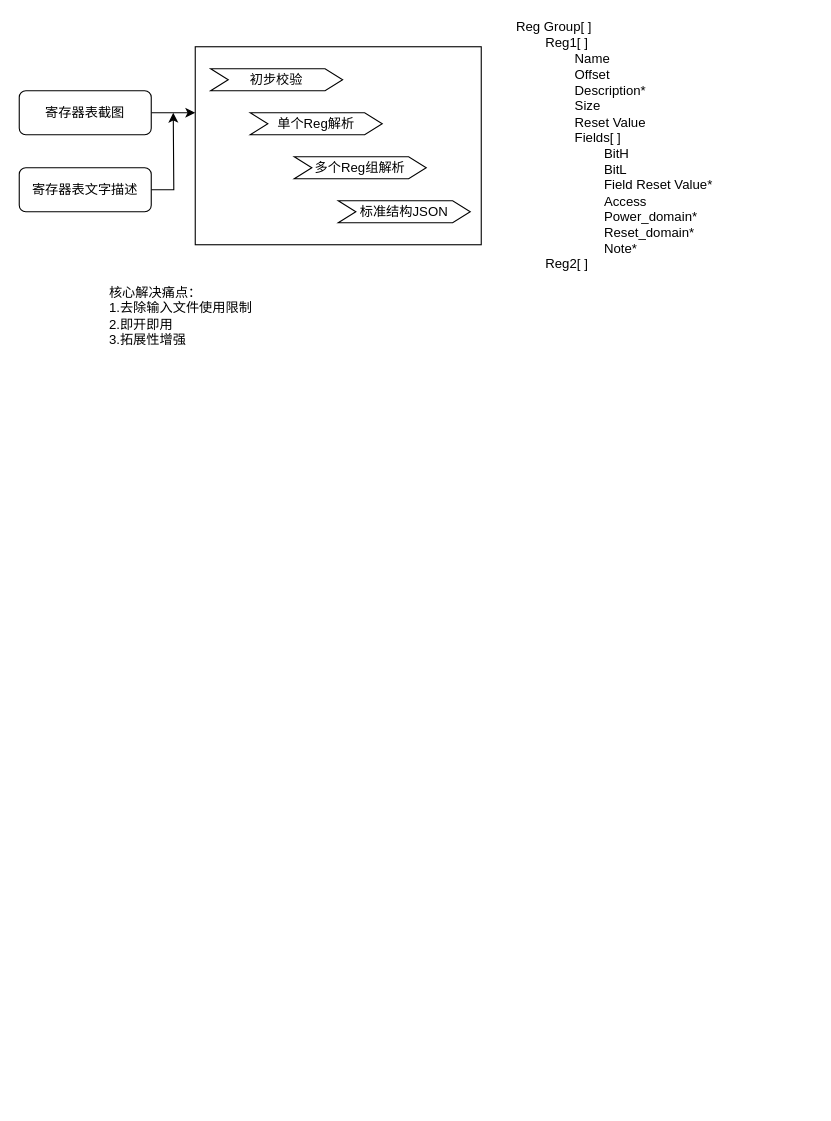
iceyxy/flow-chart-drawio keeps this draw.io diagram as page "基于Skill的寄存器属性识别" (2 of 2) of drawio/寄存器生成.drawio. Above is the earlier version. Source tidied: cells renumbered, new cells numbered last; positions are measured from the earlier drawing's top-left corner, leaving out a move shared by most shapes. Both pictures are drawn from the tidied source at 110%, with x=0, y=0 at pixel (19, 46).
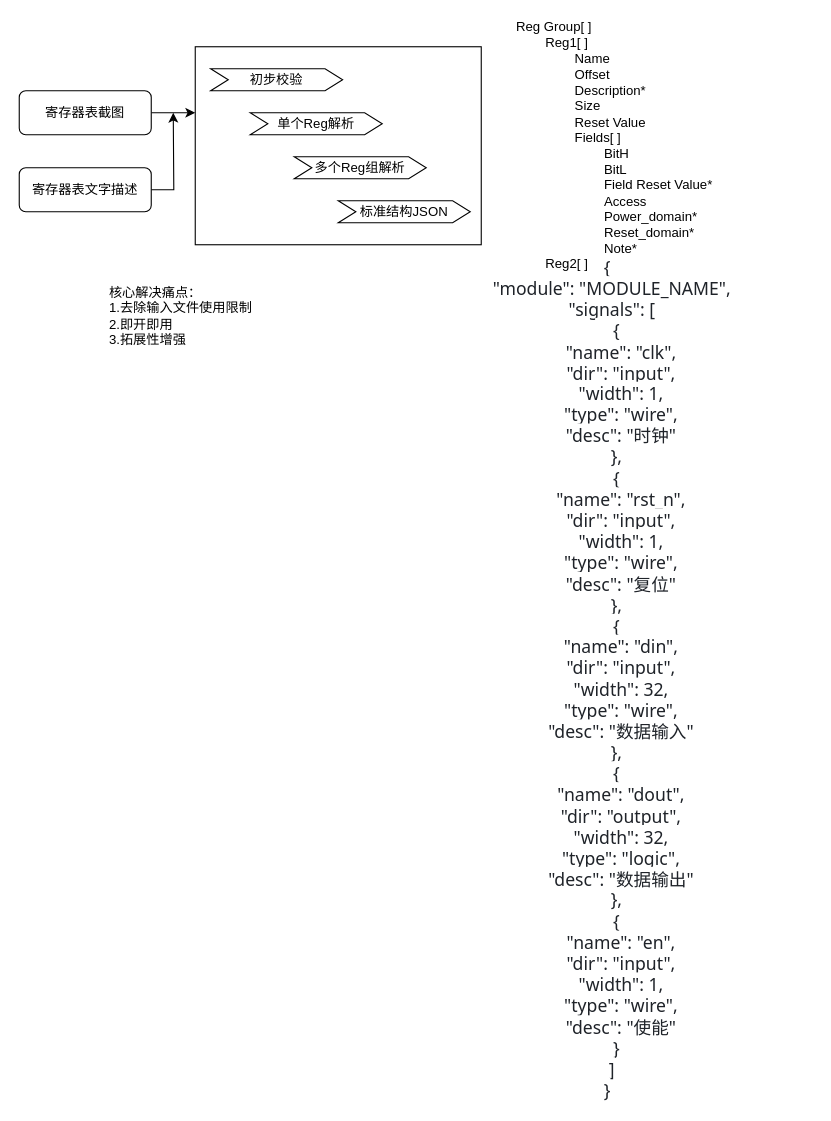
After the change.

Commit message:
更新寄存器生成.drawio

What changed in the source:
```diff
@@
 <mxGraphModel>
   <root>
     <mxCell id="0" />
     <mxCell id="1" parent="0" />
     <mxCell id="2" style="rounded=0;whiteSpace=wrap;html=1;" parent="1" vertex="1">
       <mxGeometry x="160" width="260" height="180" as="geometry" />
     </mxCell>
     <mxCell id="3" style="edgeStyle=orthogonalEdgeStyle;rounded=0;jettySize=auto;html=1;" parent="1" edge="1" source="4">
       <mxGeometry relative="1" as="geometry">
         <mxPoint x="160" y="60" as="targetPoint" />
       </mxGeometry>
     </mxCell>
     <mxCell id="4" value="寄存器表截图" style="rounded=1;whiteSpace=wrap;html=1;" parent="1" vertex="1">
       <mxGeometry y="40" width="120" height="40" as="geometry" />
     </mxCell>
     <mxCell id="5" style="edgeStyle=orthogonalEdgeStyle;rounded=0;jettySize=auto;html=1;" parent="1" edge="1" source="6">
       <mxGeometry relative="1" as="geometry">
         <mxPoint x="140" y="60" as="targetPoint" />
       </mxGeometry>
     </mxCell>
     <mxCell id="6" value="寄存器表文字描述" style="rounded=1;whiteSpace=wrap;html=1;" parent="1" vertex="1">
       <mxGeometry y="110" width="120" height="40" as="geometry" />
     </mxCell>
     <mxCell id="7" value="初步校验" style="shape=step;perimeter=stepPerimeter;whiteSpace=wrap;html=1;fixedSize=1;size=16;" parent="1" vertex="1">
       <mxGeometry x="174" y="20" width="120" height="20" as="geometry" />
     </mxCell>
     <mxCell id="8" value="单个Reg解析" style="shape=step;perimeter=stepPerimeter;whiteSpace=wrap;html=1;fixedSize=1;size=16;" parent="1" vertex="1">
       <mxGeometry x="210" y="60" width="120" height="20" as="geometry" />
     </mxCell>
     <mxCell id="9" value="多个Reg组解析" style="shape=step;perimeter=stepPerimeter;whiteSpace=wrap;html=1;fixedSize=1;size=16;" parent="1" vertex="1">
       <mxGeometry x="250" y="100" width="120" height="20" as="geometry" />
     </mxCell>
     <mxCell id="10" value="标准结构JSON" style="shape=step;perimeter=stepPerimeter;whiteSpace=wrap;html=1;fixedSize=1;size=16;" parent="1" vertex="1">
       <mxGeometry x="290" y="140" width="120" height="20" as="geometry" />
     </mxCell>
     <mxCell id="11" value="核心解决痛点：&lt;div&gt;1.去除输入文件使用限制&lt;/div&gt;&lt;div&gt;2.即开即用&lt;/div&gt;&lt;div&gt;3.拓展性增强&lt;/div&gt;" style="text;html=1;whiteSpace=wrap;strokeColor=none;fillColor=none;align=left;verticalAlign=middle;rounded=0;" parent="1" vertex="1">
       <mxGeometry x="80" y="230" width="200" height="30" as="geometry" />
     </mxCell>
     <mxCell id="12" value="Reg Group[ ]&lt;div&gt;&lt;span style=&quot;white-space: pre;&quot;&gt;&#9;&lt;/span&gt;Reg1[ ]&lt;/div&gt;&lt;div&gt;&lt;span style=&quot;white-space: pre;&quot;&gt;&#9;&lt;/span&gt;&lt;span style=&quot;white-space: pre;&quot;&gt;&#9;&lt;/span&gt;Name&lt;br&gt;&lt;/div&gt;&lt;div&gt;&lt;span style=&quot;white-space: pre;&quot;&gt;&#9;&lt;/span&gt;&lt;span style=&quot;white-space: pre;&quot;&gt;&#9;&lt;/span&gt;Offset&lt;br&gt;&lt;/div&gt;&lt;div&gt;&lt;span style=&quot;white-space: pre;&quot;&gt;&#9;&lt;/span&gt;&lt;span style=&quot;white-space: pre;&quot;&gt;&#9;&lt;/span&gt;Description*&lt;br&gt;&lt;/div&gt;&lt;div&gt;&lt;span style=&quot;white-space: pre;&quot;&gt;&#9;&lt;/span&gt;&lt;span style=&quot;white-space: pre;&quot;&gt;&#9;&lt;/span&gt;Size&lt;br&gt;&lt;/div&gt;&lt;div&gt;&lt;span style=&quot;white-space: pre;&quot;&gt;&#9;&lt;/span&gt;&lt;span style=&quot;white-space: pre;&quot;&gt;&#9;&lt;/span&gt;Reset Value&lt;br&gt;&lt;/div&gt;&lt;div&gt;&lt;span style=&quot;white-space: pre;&quot;&gt;&#9;&lt;/span&gt;&lt;span style=&quot;white-space: pre;&quot;&gt;&#9;&lt;/span&gt;Fields[ ]&lt;br&gt;&lt;/div&gt;&lt;div&gt;&lt;span style=&quot;white-space: pre;&quot;&gt;&#9;&lt;/span&gt;&lt;span style=&quot;white-space: pre;&quot;&gt;&#9;&lt;span style=&quot;white-space: pre;&quot;&gt;&#9;&lt;/span&gt;&lt;/span&gt;BitH&lt;br&gt;&lt;/div&gt;&lt;div&gt;&lt;span style=&quot;white-space: pre;&quot;&gt;&#9;&lt;/span&gt;&lt;span style=&quot;white-space: pre;&quot;&gt;&#9;&lt;span style=&quot;white-space: pre;&quot;&gt;&#9;&lt;/span&gt;&lt;/span&gt;BitL&lt;br&gt;&lt;/div&gt;&lt;div&gt;&lt;span style=&quot;white-space: pre;&quot;&gt;&#9;&lt;/span&gt;&lt;span style=&quot;white-space: pre;&quot;&gt;&#9;&lt;/span&gt;&lt;span style=&quot;white-space: pre;&quot;&gt;&#9;&lt;/span&gt;Field Reset Value*&lt;br&gt;&lt;/div&gt;&lt;div&gt;&lt;span style=&quot;white-space: pre;&quot;&gt;&#9;&lt;/span&gt;&lt;span style=&quot;white-space: pre;&quot;&gt;&#9;&lt;span style=&quot;white-space: pre;&quot;&gt;&#9;&lt;/span&gt;&lt;/span&gt;Access&lt;/div&gt;&lt;div&gt;&lt;span style=&quot;white-space: pre;&quot;&gt;&#9;&lt;/span&gt;&lt;span style=&quot;white-space: pre;&quot;&gt;&#9;&lt;span style=&quot;white-space: pre;&quot;&gt;&#9;&lt;/span&gt;&lt;/span&gt;Power_domain*&lt;br&gt;&lt;/div&gt;&lt;div&gt;&lt;span style=&quot;white-space: pre;&quot;&gt;&#9;&lt;/span&gt;&lt;span style=&quot;white-space: pre;&quot;&gt;&#9;&lt;span style=&quot;white-space: pre;&quot;&gt;&#9;&lt;/span&gt;&lt;/span&gt;Reset_domain*&lt;br&gt;&lt;/div&gt;&lt;div&gt;&lt;span style=&quot;white-space: pre;&quot;&gt;&#9;&lt;/span&gt;&lt;span style=&quot;white-space: pre;&quot;&gt;&#9;&lt;span style=&quot;white-space: pre;&quot;&gt;&#9;&lt;/span&gt;&lt;/span&gt;Note*&lt;br&gt;&lt;/div&gt;&lt;div&gt;&lt;span style=&quot;white-space: pre;&quot;&gt;&#9;&lt;/span&gt;Reg2[ ]&lt;br&gt;&lt;/div&gt;" style="text;html=1;whiteSpace=wrap;strokeColor=none;fillColor=none;align=left;verticalAlign=middle;rounded=0;" parent="1" vertex="1">
       <mxGeometry x="450" y="75" width="220" height="30" as="geometry" />
     </mxCell>
+    <mxCell id="13" value="&lt;span style=&quot;color: rgb(31, 35, 41); font-family: ui-sans-serif, system-ui, sans-serif, &amp;quot;Apple Color Emoji&amp;quot;, &amp;quot;Segoe UI Emoji&amp;quot;, &amp;quot;Segoe UI Symbol&amp;quot;, &amp;quot;Noto Color Emoji&amp;quot;; font-size: 16px; text-align: start; white-space: pre; background-color: rgb(255, 255, 255);&quot;&gt;{&lt;br/&gt;  &quot;module&quot;: &quot;MODULE_NAME&quot;,&lt;br/&gt;  &quot;signals&quot;: [&lt;br/&gt;    {&lt;br/&gt;      &quot;name&quot;: &quot;clk&quot;,&lt;br/&gt;      &quot;dir&quot;: &quot;input&quot;,&lt;br/&gt;      &quot;width&quot;: 1,&lt;br/&gt;      &quot;type&quot;: &quot;wire&quot;,&lt;br/&gt;      &quot;desc&quot;: &quot;时钟&quot;&lt;br/&gt;    },&lt;br/&gt;    {&lt;br/&gt;      &quot;name&quot;: &quot;rst_n&quot;,&lt;br/&gt;      &quot;dir&quot;: &quot;input&quot;,&lt;br/&gt;      &quot;width&quot;: 1,&lt;br/&gt;      &quot;type&quot;: &quot;wire&quot;,&lt;br/&gt;      &quot;desc&quot;: &quot;复位&quot;&lt;br/&gt;    },&lt;br/&gt;    {&lt;br/&gt;      &quot;name&quot;: &quot;din&quot;,&lt;br/&gt;      &quot;dir&quot;: &quot;input&quot;,&lt;br/&gt;      &quot;width&quot;: 32,&lt;br/&gt;      &quot;type&quot;: &quot;wire&quot;,&lt;br/&gt;      &quot;desc&quot;: &quot;数据输入&quot;&lt;br/&gt;    },&lt;br/&gt;    {&lt;br/&gt;      &quot;name&quot;: &quot;dout&quot;,&lt;br/&gt;      &quot;dir&quot;: &quot;output&quot;,&lt;br/&gt;      &quot;width&quot;: 32,&lt;br/&gt;      &quot;type&quot;: &quot;logic&quot;,&lt;br/&gt;      &quot;desc&quot;: &quot;数据输出&quot;&lt;br/&gt;    },&lt;br/&gt;    {&lt;br/&gt;      &quot;name&quot;: &quot;en&quot;,&lt;br/&gt;      &quot;dir&quot;: &quot;input&quot;,&lt;br/&gt;      &quot;width&quot;: 1,&lt;br/&gt;      &quot;type&quot;: &quot;wire&quot;,&lt;br/&gt;      &quot;desc&quot;: &quot;使能&quot;&lt;br/&gt;    }&lt;br/&gt;  ]&lt;br/&gt;}&lt;/span&gt;" style="text;html=1;whiteSpace=wrap;strokeColor=none;fillColor=none;align=center;verticalAlign=middle;rounded=0;" parent="1" vertex="1">
+      <mxGeometry x="350" y="540" width="370" height="70" as="geometry" />
+    </mxCell>
   </root>
 </mxGraphModel>
```
